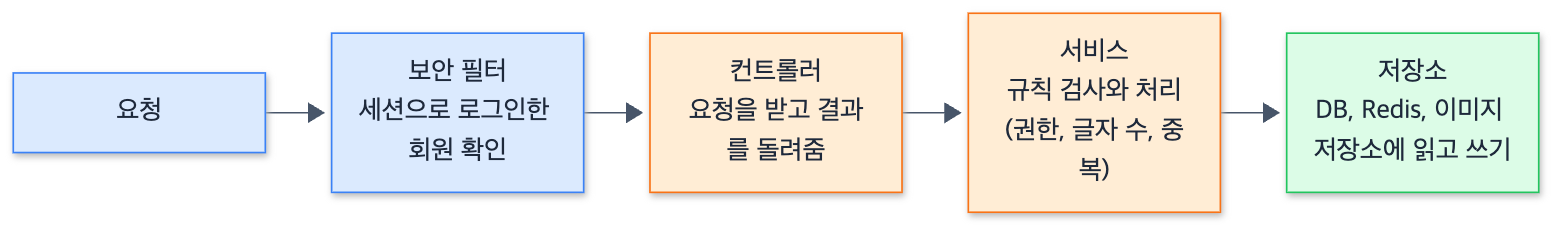
This is docs/3-설계/그림/02-요청처리순서.png from home-blog/docs, a Mermaid export, as it was before one commit. Its source is kept beside it as docs/3-설계/그림/원본/02-요청처리순서.mmd.
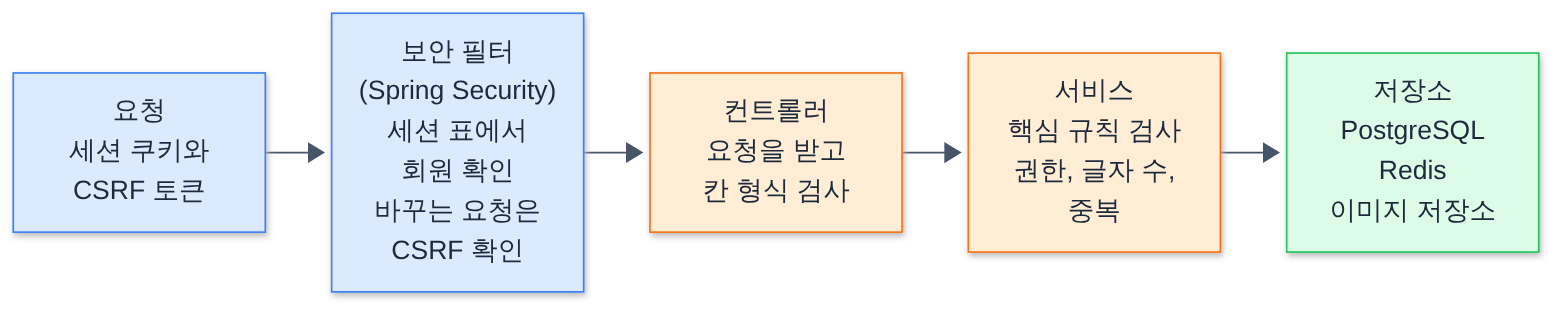
After the change.

What changed in the source:
```diff
@@ -1,8 +1,8 @@
 flowchart LR
-  REQ["요청"] --> SEC["보안 필터<br/>세션으로 로그인한 회원 확인"]
-  SEC --> CTL["컨트롤러<br/>요청을 받고 결과를 돌려줌"]
-  CTL --> SVC["서비스<br/>규칙 검사와 처리<br/>(권한, 글자 수, 중복)"]
-  SVC --> REPO["저장소<br/>DB, Redis, 이미지 저장소에 읽고 쓰기"]
+  REQ["요청<br/>세션 쿠키와<br/>CSRF 토큰"] --> SEC["보안 필터<br/>(Spring Security)<br/>세션 표에서<br/>회원 확인<br/>바꾸는 요청은<br/>CSRF 확인"]
+  SEC --> CTL["컨트롤러<br/>요청을 받고<br/>칸 형식 검사"]
+  CTL --> SVC["서비스<br/>핵심 규칙 검사<br/>권한, 글자 수,<br/>중복"]
+  SVC --> REPO["저장소<br/>PostgreSQL<br/>Redis<br/>이미지 저장소"]
   classDef a fill:#dbeafe,stroke:#3b82f6,color:#1e293b
   classDef b fill:#ffedd5,stroke:#f97316,color:#1e293b
   classDef c fill:#dcfce7,stroke:#22c55e,color:#1e293b
```
